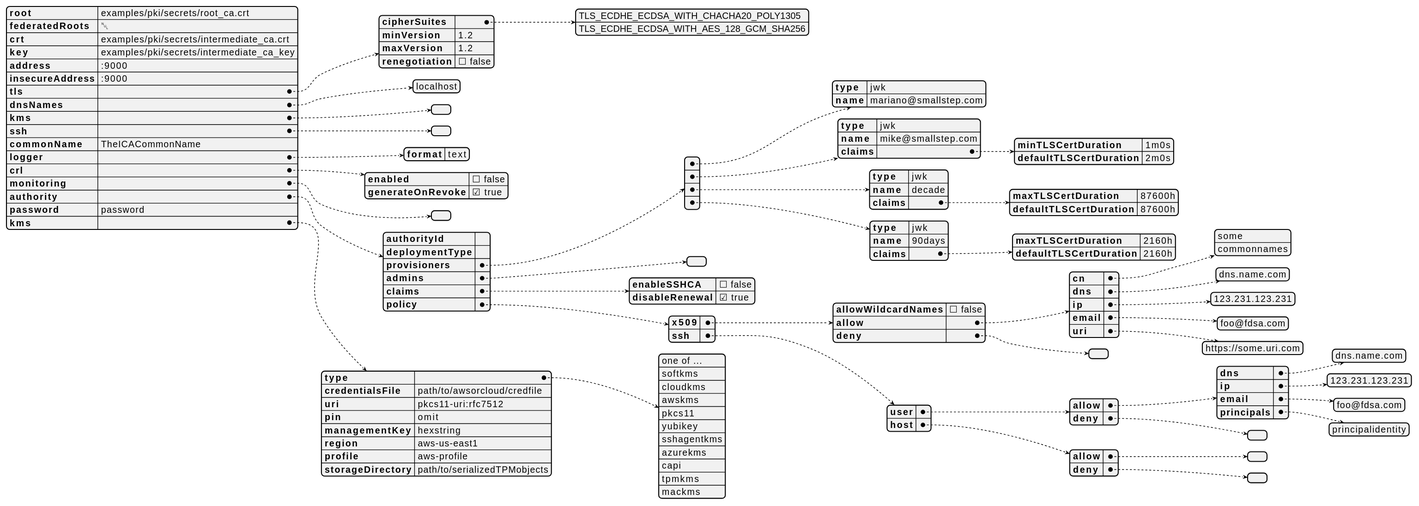
Above: slips/img/devops/step-ca-config.svg in dcunited001/zettelkasten (PlantUML), before the change. The source it was exported from:
```plantuml
@startjson
{
  "root": "examples/pki/secrets/root_ca.crt",
  "federatedRoots": null,
  "crt": "examples/pki/secrets/intermediate_ca.crt",
  "key": "examples/pki/secrets/intermediate_ca_key",
  "address": ":9000",
  "insecureAddress": ":9000",
  "tls": {
    "cipherSuites": [
      "TLS_ECDHE_ECDSA_WITH_CHACHA20_POLY1305",
      "TLS_ECDHE_ECDSA_WITH_AES_128_GCM_SHA256"
    ],
    "minVersion": 1.2,
    "maxVersion": 1.2,
    "renegotiation": false
  },
  "dnsNames": [ "localhost" ],
  // commonName, KMS and SSH omitted by default
  "kms": {},
  "ssh": {},
  "commonName": "TheICACommonName",
  "logger": { "format": "text" },
  // CRL, MetricsAddress and Monitoring omitted by default
  "crl": {
    "enabled": false,
     "generateOnRevoke": true // cacheDuration, renewPeriod, idpURL
   },
  "monitoring": {},
  "authority": {
    "authorityId": "",
    "deploymentType": "",
    "provisioners": [
      { "type": "jwk", "name": "mariano@smallstep.com" },
      { "type": "jwk", "name": "mike@smallstep.com", "claims": { "minTLSCertDuration": "1m0s", "defaultTLSCertDuration": "2m0s" } },
      { "type": "jwk", "name": "decade", "claims": { "maxTLSCertDuration": "87600h", "defaultTLSCertDuration": "87600h" } },
      { "type": "jwk", "name": "90days", "claims": { "maxTLSCertDuration": "2160h", "defaultTLSCertDuration": "2160h" } }
    ],
    "admins": [],
    "claims": { "enableSSHCA": false, "disableRenewal": true },
    "policy": {
      "x509": {
        "allowWildcardNames": false,
        "allow": {
          "cn": ["some", "commonnames"],
          "dns": ["dns.name.com"],
          "ip": ["123.231.123.231"],
          "email": ["foo@fdsa.com"],
          "uri": ["https://some.uri.com"]
        },
        "deny": {}
      },
      "ssh": {
        "user": {
          "allow": {
            "dns": ["dns.name.com"],
            "ip": ["123.231.123.231"],
            "email": ["foo@fdsa.com"],
            "principals": ["principalidentity"]
          },
          "deny": []
        },
        "host": {
          "allow": [],
          "deny": []
        }
      }
    }
  },
  "password": "password",
  "kms": {
    "type": ["one of ...", "softkms", "cloudkms", "awskms", "pkcs11", "yubikey", "sshagentkms", "azurekms", "capi", "tpmkms", "mackms"],
    "credentialsFile": "path/to/awsorcloud/credfile",
    "uri": "pkcs11-uri:rfc7512",
    "pin": "omit",
    "managementKey": "hexstring",
    "region": "aws-us-east1",
    "profile": "aws-profile",
    "storageDirectory": "path/to/serializedTPMobjects"
  }
}
@endjson
```
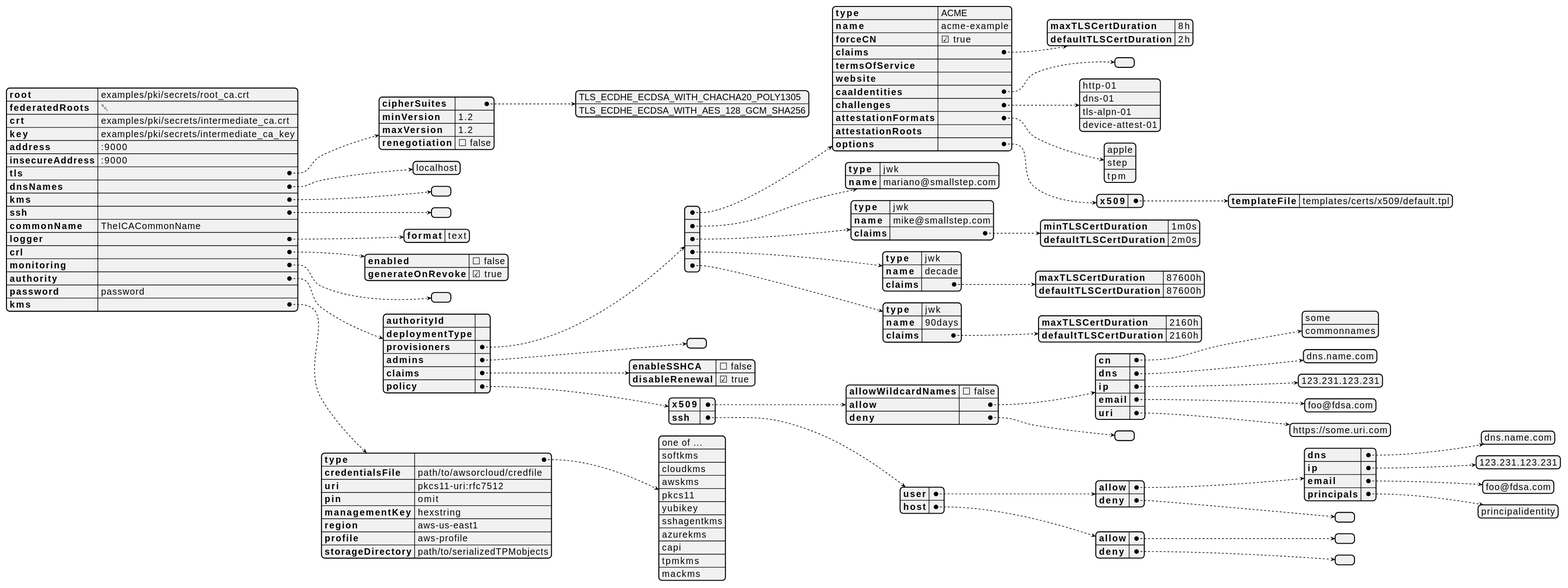
The same file after the commit.

Change to the diagram source:
```diff
@@ -31,6 +31,17 @@
     "authorityId": "",
     "deploymentType": "",
     "provisioners": [
+      {
+        "type": "ACME", "name": "acme-example", "forceCN": true,
+        "claims": { "maxTLSCertDuration": "8h", "defaultTLSCertDuration": "2h" },
+        "termsOfService": "",
+        "website": "",
+        "caaIdentities": [],
+        "challenges": [ "http-01", "dns-01", "tls-alpn-01", "device-attest-01" ],
+        "attestationFormats": [ "apple", "step", "tpm"],
+        "attestationRoots": "",
+        "options": { "x509": { "templateFile": "templates/certs/x509/default.tpl" } }
+      },
       { "type": "jwk", "name": "mariano@smallstep.com" },
       { "type": "jwk", "name": "mike@smallstep.com", "claims": { "minTLSCertDuration": "1m0s", "defaultTLSCertDuration": "2m0s" } },
       { "type": "jwk", "name": "decade", "claims": { "maxTLSCertDuration": "87600h", "defaultTLSCertDuration": "87600h" } },
```
